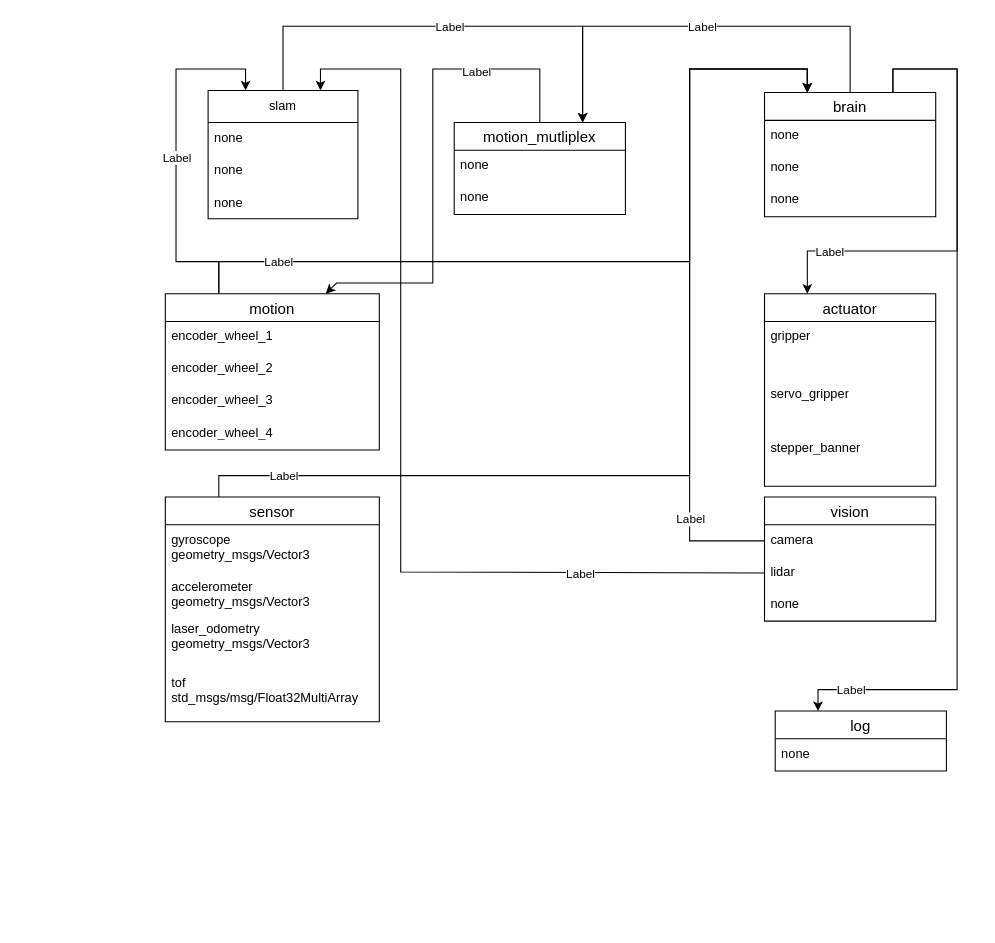
Above: software/software_cdf_2025.drawio in Betamax58/coupe-de-france (draw.io), before the change. Source tidied: cells renumbered, new cells numbered last; positions are measured from the earlier drawing's top-left corner, leaving out a move shared by most shapes. Both pictures are drawn from the tidied source at 107%, with x=0, y=0 at pixel (165, 26).
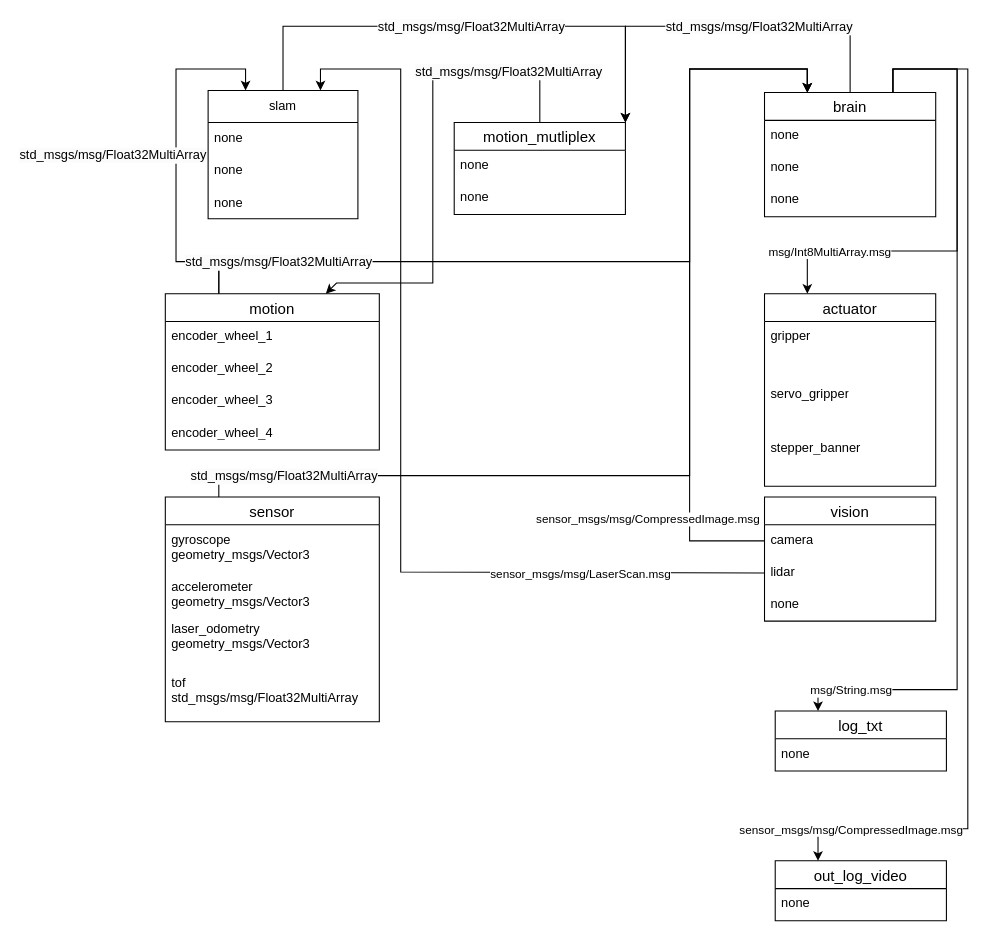
The same diagram, later.

Commit message (it also covers changes not shown here):
Mettre à jour software_cdf_2025.drawio

Unchanged cells that the change refers to:
```xml
<mxCell id="20" value="brain" style="swimlane;fontStyle=0;horizontal=1;startSize=26;align=center;fontSize=14;" parent="1" vertex="1">
  <mxGeometry x="560" y="62" width="160" height="116" as="geometry" />
</mxCell>
<mxCell id="24" value="slam" style="swimlane;fontStyle=0;horizontal=1;startSize=30;whiteSpace=wrap;html=1;" parent="1" vertex="1">
  <mxGeometry x="40" y="60" width="140" height="120" as="geometry" />
</mxCell>
<mxCell id="28" style="endArrow=classic;html=1;rounded=0;exitX=0.25;exitY=0;exitDx=0;exitDy=0;entryX=0.25;entryY=0;entryDx=0;entryDy=0;" parent="1" edge="1" source="15" target="24">
  <mxGeometry relative="1" as="geometry">
    <Array as="points">
      <mxPoint x="50" y="220" />
      <mxPoint x="10" y="220" />
      <mxPoint x="10" y="40" />
      <mxPoint x="75" y="40" />
    </Array>
  </mxGeometry>
</mxCell>
<mxCell id="30" style="endArrow=classic;html=1;rounded=0;exitX=0;exitY=0.5;exitDx=0;exitDy=0;entryX=0.75;entryY=0;entryDx=0;entryDy=0;" parent="1" edge="1" source="8" target="24">
  <mxGeometry relative="1" as="geometry">
    <Array as="points">
      <mxPoint x="220" y="510" />
      <mxPoint x="220" y="40" />
      <mxPoint x="145" y="40" />
    </Array>
  </mxGeometry>
</mxCell>
<mxCell id="32" style="endArrow=classic;html=1;rounded=0;entryX=0.25;entryY=0;entryDx=0;entryDy=0;exitX=0.25;exitY=0;exitDx=0;exitDy=0;" parent="1" edge="1" source="10" target="20">
  <mxGeometry relative="1" as="geometry">
    <Array as="points">
      <mxPoint x="50" y="420" />
      <mxPoint x="490" y="420" />
      <mxPoint x="490" y="40" />
      <mxPoint x="600" y="40" />
    </Array>
  </mxGeometry>
</mxCell>
<mxCell id="34" style="endArrow=classic;html=1;rounded=0;exitX=0.75;exitY=0;exitDx=0;exitDy=0;entryX=0.25;entryY=0;entryDx=0;entryDy=0;" parent="1" edge="1" source="20" target="2">
  <mxGeometry relative="1" as="geometry">
    <Array as="points">
      <mxPoint x="680" y="40" />
      <mxPoint x="740" y="40" />
      <mxPoint x="740" y="210" />
      <mxPoint x="600" y="210" />
    </Array>
  </mxGeometry>
</mxCell>
<mxCell id="36" style="endArrow=classic;html=1;rounded=0;exitX=0;exitY=0.5;exitDx=0;exitDy=0;entryX=0.25;entryY=0;entryDx=0;entryDy=0;" parent="1" edge="1" source="7" target="20">
  <mxGeometry relative="1" as="geometry">
    <Array as="points">
      <mxPoint x="490" y="481" />
      <mxPoint x="490" y="40" />
      <mxPoint x="600" y="40" />
    </Array>
  </mxGeometry>
</mxCell>
<mxCell id="38" value="motion_mutliplex" style="swimlane;fontStyle=0;horizontal=1;startSize=26;align=center;fontSize=14;" parent="1" vertex="1">
  <mxGeometry x="270" y="90" width="160" height="86" as="geometry" />
</mxCell>
<mxCell id="45" style="endArrow=classic;html=1;rounded=0;exitX=0.25;exitY=0;exitDx=0;exitDy=0;entryX=0.25;entryY=0;entryDx=0;entryDy=0;" parent="1" edge="1" source="15" target="20">
  <mxGeometry relative="1" as="geometry">
    <Array as="points">
      <mxPoint x="50" y="220" />
      <mxPoint x="120" y="220" />
      <mxPoint x="340" y="220" />
      <mxPoint x="180" y="220" />
      <mxPoint x="160" y="220" />
      <mxPoint x="490" y="220" />
      <mxPoint x="490" y="40" />
      <mxPoint x="600" y="40" />
    </Array>
  </mxGeometry>
</mxCell>
<mxCell id="47" style="endArrow=classic;html=1;rounded=0;exitX=0.5;exitY=0;exitDx=0;exitDy=0;entryX=0.75;entryY=0;entryDx=0;entryDy=0;" parent="1" edge="1" source="38" target="15">
  <mxGeometry relative="1" as="geometry">
    <Array as="points">
      <mxPoint x="350" y="40" />
      <mxPoint x="250" y="40" />
      <mxPoint x="250" y="240" />
      <mxPoint x="210" y="240" />
      <mxPoint x="160" y="240" />
    </Array>
  </mxGeometry>
</mxCell>
<mxCell id="51" style="endArrow=classic;html=1;rounded=0;exitX=0.75;exitY=0;exitDx=0;exitDy=0;entryX=0.25;entryY=0;entryDx=0;entryDy=0;" parent="1" edge="1" source="20" target="49">
  <mxGeometry relative="1" as="geometry">
    <Array as="points">
      <mxPoint x="680" y="40" />
      <mxPoint x="740" y="40" />
      <mxPoint x="740" y="210" />
      <mxPoint x="740" y="620" />
      <mxPoint x="610" y="620" />
    </Array>
  </mxGeometry>
</mxCell>
```

Change to the diagram source:
```diff
@@
-    <mxCell id="29" value="Label" style="edgeLabel;html=1;align=center;verticalAlign=middle;" parent="28" vertex="1">
-      <mxGeometry relative="1" as="geometry" />
+    <mxCell id="29" value="&lt;span style=&quot;font-size: 12px; text-align: left; text-wrap-mode: wrap; background-color: rgb(251, 251, 251);&quot;&gt;std_msgs/msg/Float32MultiArray&lt;/span&gt;" style="edgeLabel;html=1;align=center;verticalAlign=middle;" parent="28" vertex="1">
+      <mxGeometry relative="1" as="geometry">
+        <mxPoint x="-60" y="-2" as="offset" />
+      </mxGeometry>
     </mxCell>
@@
-    <mxCell id="31" value="Label" style="edgeLabel;html=1;align=center;verticalAlign=middle;" parent="30" vertex="1">
+    <mxCell id="31" value="sensor_msgs/msg/LaserScan.msg" style="edgeLabel;html=1;align=center;verticalAlign=middle;" parent="30" vertex="1">
       <mxGeometry relative="1" as="geometry">
         <mxPoint x="167" y="114" as="offset" />
       </mxGeometry>
     </mxCell>
@@
-    <mxCell id="33" value="Label" style="edgeLabel;html=1;align=center;verticalAlign=middle;" parent="32" vertex="1">
+    <mxCell id="33" value="&lt;span style=&quot;font-size: 12px; text-align: left; text-wrap-mode: wrap; background-color: rgb(251, 251, 251);&quot;&gt;std_msgs/msg/Float32MultiArray&lt;/span&gt;" style="edgeLabel;html=1;align=center;verticalAlign=middle;" parent="32" vertex="1">
       <mxGeometry relative="1" as="geometry">
         <mxPoint x="-380" y="26" as="offset" />
       </mxGeometry>
     </mxCell>
@@
-    <mxCell id="35" value="Label" style="edgeLabel;html=1;align=center;verticalAlign=middle;" parent="34" vertex="1">
+    <mxCell id="35" value="msg/Int8MultiArray.msg" style="edgeLabel;html=1;align=center;verticalAlign=middle;" parent="34" vertex="1">
       <mxGeometry relative="1" as="geometry">
         <mxPoint x="-120" y="36" as="offset" />
       </mxGeometry>
     </mxCell>
@@
-    <mxCell id="37" value="Label" style="edgeLabel;html=1;align=center;verticalAlign=middle;" parent="36" vertex="1">
+    <mxCell id="37" value="sensor_msgs/msg/CompressedImage.msg" style="edgeLabel;html=1;align=center;verticalAlign=middle;" parent="36" vertex="1">
       <mxGeometry relative="1" as="geometry">
-        <mxPoint y="231" as="offset" />
+        <mxPoint x="-40" y="231" as="offset" />
       </mxGeometry>
     </mxCell>
@@
-    <mxCell id="41" style="endArrow=classic;html=1;rounded=0;exitX=0.5;exitY=0;exitDx=0;exitDy=0;entryX=0.75;entryY=0;entryDx=0;entryDy=0;" parent="1" edge="1" source="20" target="38">
+    <mxCell id="41" style="endArrow=classic;html=1;rounded=0;exitX=0.5;exitY=0;exitDx=0;exitDy=0;entryX=1;entryY=0;entryDx=0;entryDy=0;" parent="1" edge="1" source="20" target="38">
       <mxGeometry relative="1" as="geometry">
         <Array as="points">
           <mxPoint x="640" />
-          <mxPoint x="390" />
+          <mxPoint x="430" />
         </Array>
       </mxGeometry>
     </mxCell>
-    <mxCell id="42" value="Label" style="edgeLabel;html=1;align=center;verticalAlign=middle;" parent="41" vertex="1">
-      <mxGeometry relative="1" as="geometry" />
+    <mxCell id="42" value="&lt;span style=&quot;font-size: 12px; text-align: left; text-wrap-mode: wrap; background-color: rgb(251, 251, 251);&quot;&gt;std_msgs/msg/Float32MultiArray&lt;/span&gt;" style="edgeLabel;html=1;align=center;verticalAlign=middle;" parent="41" vertex="1">
+      <mxGeometry relative="1" as="geometry">
+        <mxPoint x="33" as="offset" />
+      </mxGeometry>
     </mxCell>
-    <mxCell id="43" style="endArrow=classic;html=1;rounded=0;exitX=0.5;exitY=0;exitDx=0;exitDy=0;entryX=0.75;entryY=0;entryDx=0;entryDy=0;" parent="1" edge="1" source="24" target="38">
+    <mxCell id="43" style="endArrow=classic;html=1;rounded=0;exitX=0.5;exitY=0;exitDx=0;exitDy=0;entryX=1;entryY=0;entryDx=0;entryDy=0;" parent="1" edge="1" source="24" target="38">
       <mxGeometry relative="1" as="geometry">
         <Array as="points">
           <mxPoint x="110" />
           <mxPoint x="260" />
-          <mxPoint x="390" />
+          <mxPoint x="430" />
         </Array>
       </mxGeometry>
     </mxCell>
-    <mxCell id="44" value="Label" style="edgeLabel;html=1;align=center;verticalAlign=middle;" parent="43" vertex="1">
+    <mxCell id="44" value="&lt;span style=&quot;font-size: 12px; text-align: left; text-wrap-mode: wrap; background-color: rgb(251, 251, 251);&quot;&gt;std_msgs/msg/Float32MultiArray&lt;/span&gt;" style="edgeLabel;html=1;align=center;verticalAlign=middle;" parent="43" vertex="1">
       <mxGeometry relative="1" as="geometry" />
     </mxCell>
@@
-    <mxCell id="46" value="Label" style="edgeLabel;html=1;align=center;verticalAlign=middle;" parent="45" vertex="1">
+    <mxCell id="46" value="&lt;span style=&quot;font-size: 12px; text-align: left; text-wrap-mode: wrap; background-color: rgb(251, 251, 251);&quot;&gt;std_msgs/msg/Float32MultiArray&lt;/span&gt;" style="edgeLabel;html=1;align=center;verticalAlign=middle;" parent="45" vertex="1">
       <mxGeometry relative="1" as="geometry">
         <mxPoint x="-126" as="offset" />
       </mxGeometry>
     </mxCell>
@@
-    <mxCell id="48" value="Label" style="edgeLabel;html=1;align=center;verticalAlign=middle;" parent="47" vertex="1">
+    <mxCell id="48" value="&lt;span style=&quot;font-size: 12px; text-align: left; text-wrap-mode: wrap; background-color: rgb(251, 251, 251);&quot;&gt;std_msgs/msg/Float32MultiArray&lt;/span&gt;" style="edgeLabel;html=1;align=center;verticalAlign=middle;" parent="47" vertex="1">
       <mxGeometry relative="1" as="geometry">
-        <mxPoint x="40" y="-75" as="offset" />
+        <mxPoint x="70" y="-75" as="offset" />
       </mxGeometry>
     </mxCell>
-    <mxCell id="49" value="log" style="swimlane;fontStyle=0;horizontal=1;startSize=26;align=center;fontSize=14;" parent="1" vertex="1">
+    <mxCell id="49" value="log_txt" style="swimlane;fontStyle=0;horizontal=1;startSize=26;align=center;fontSize=14;" parent="1" vertex="1">
       <mxGeometry x="570" y="640" width="160" height="56" as="geometry" />
     </mxCell>
@@
-    <mxCell id="52" value="Label" style="edgeLabel;html=1;align=center;verticalAlign=middle;" parent="51" vertex="1">
+    <mxCell id="52" value="msg/String.msg" style="edgeLabel;html=1;align=center;verticalAlign=middle;" parent="51" vertex="1">
       <mxGeometry relative="1" as="geometry">
         <mxPoint x="-100" y="256" as="offset" />
       </mxGeometry>
     </mxCell>
+    <mxCell id="53" value="out_log_video" style="swimlane;fontStyle=0;horizontal=1;startSize=26;align=center;fontSize=14;" parent="1" vertex="1">
+      <mxGeometry x="570" y="780" width="160" height="56" as="geometry" />
+    </mxCell>
+    <mxCell id="54" value="none" style="text;strokeColor=none;fillColor=none;spacingLeft=4;spacingRight=4;overflow=hidden;fontSize=12;whiteSpace=wrap;html=1;" parent="53" vertex="1">
+      <mxGeometry y="26" width="160" height="30" as="geometry" />
+    </mxCell>
+    <mxCell id="55" style="endArrow=classic;html=1;rounded=0;exitX=0.75;exitY=0;exitDx=0;exitDy=0;entryX=0.25;entryY=0;entryDx=0;entryDy=0;" parent="1" edge="1" source="20" target="53">
+      <mxGeometry relative="1" as="geometry">
+        <Array as="points">
+          <mxPoint x="680" y="40" />
+          <mxPoint x="750" y="40" />
+          <mxPoint x="750" y="220" />
+          <mxPoint x="750" y="750" />
+          <mxPoint x="610" y="750" />
+        </Array>
+      </mxGeometry>
+    </mxCell>
+    <mxCell id="56" value="sensor_msgs/msg/CompressedImage.msg" style="edgeLabel;html=1;align=center;verticalAlign=middle;" parent="55" vertex="1">
+      <mxGeometry relative="1" as="geometry">
+        <mxPoint x="-110" y="316" as="offset" />
+      </mxGeometry>
+    </mxCell>
```
